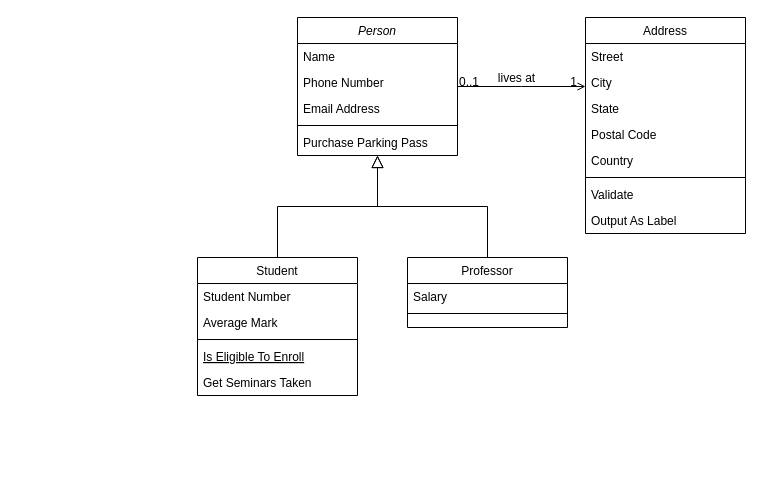
This is Untitled Diagram.drawio from H-hidetaka/Real_estate_manager, a draw.io file, before an edit. Source tidied: cells renumbered, new cells numbered last; positions are measured from the earlier drawing's top-left corner, leaving out a move shared by most shapes. Both pictures are drawn from the tidied source at 100%, with x=0, y=0 at pixel (197, 17).
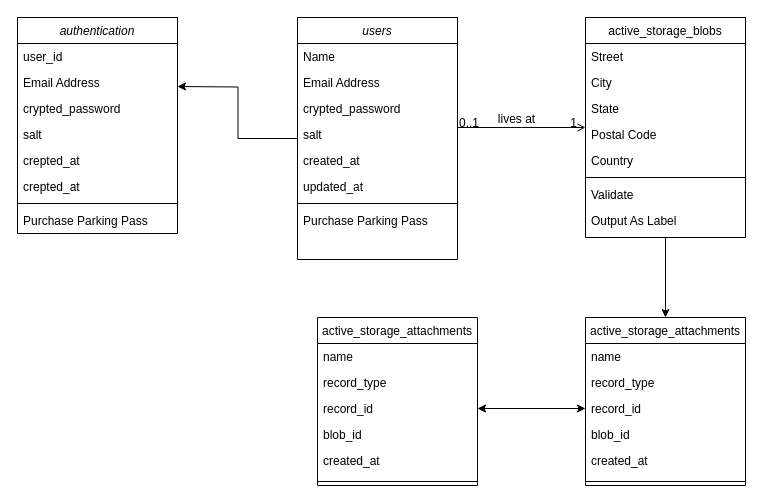
Above is the later version.

Commit message:
オリジナルアプリER図

Diff of the diagram source:
```diff
@@
+    <mxCell id="32" style="edgeStyle=orthogonalEdgeStyle;rounded=0;jettySize=auto;html=1;" parent="1" edge="1" source="2">
+      <mxGeometry relative="1" as="geometry">
+        <mxPoint x="-20" y="69" as="targetPoint" />
+      </mxGeometry>
+    </mxCell>
-    <mxCell id="2" value="Person" style="swimlane;fontStyle=2;align=center;verticalAlign=top;horizontal=1;startSize=26;rounded=0;shadow=0;strokeWidth=1;" parent="1" vertex="1">
-      <mxGeometry x="100" width="160" height="138" as="geometry" />
+    <mxCell id="2" value="users" style="swimlane;fontStyle=2;align=center;verticalAlign=top;horizontal=1;startSize=26;rounded=0;shadow=0;strokeWidth=1;" parent="1" vertex="1">
+      <mxGeometry x="100" width="160" height="242" as="geometry" />
     </mxCell>
@@
+    <mxCell id="33" value="Email Address" style="text;align=left;verticalAlign=top;spacingLeft=4;spacingRight=4;overflow=hidden;rounded=0;shadow=0;html=0;" parent="2" vertex="1">
+      <mxGeometry y="52" width="160" height="26" as="geometry" />
+    </mxCell>
+    <mxCell id="34" value="crypted_password" style="text;align=left;verticalAlign=top;spacingLeft=4;spacingRight=4;overflow=hidden;rounded=0;shadow=0;html=0;" parent="2" vertex="1">
+      <mxGeometry y="78" width="160" height="26" as="geometry" />
+    </mxCell>
-    <mxCell id="4" value="Phone Number" style="text;align=left;verticalAlign=top;spacingLeft=4;spacingRight=4;overflow=hidden;rounded=0;shadow=0;html=0;" parent="2" vertex="1">
-      <mxGeometry y="52" width="160" height="26" as="geometry" />
+    <mxCell id="4" value="salt" style="text;align=left;verticalAlign=top;spacingLeft=4;spacingRight=4;overflow=hidden;rounded=0;shadow=0;html=0;" parent="2" vertex="1">
+      <mxGeometry y="104" width="160" height="26" as="geometry" />
     </mxCell>
-    <mxCell id="5" value="Email Address" style="text;align=left;verticalAlign=top;spacingLeft=4;spacingRight=4;overflow=hidden;rounded=0;shadow=0;html=0;" parent="2" vertex="1">
-      <mxGeometry y="78" width="160" height="26" as="geometry" />
-    </mxCell>
+    <mxCell id="35" value="created_at" style="text;align=left;verticalAlign=top;spacingLeft=4;spacingRight=4;overflow=hidden;rounded=0;shadow=0;html=0;" parent="2" vertex="1">
+      <mxGeometry y="130" width="160" height="26" as="geometry" />
+    </mxCell>
+    <mxCell id="36" value="updated_at" style="text;align=left;verticalAlign=top;spacingLeft=4;spacingRight=4;overflow=hidden;rounded=0;shadow=0;html=0;" parent="2" vertex="1">
+      <mxGeometry y="156" width="160" height="26" as="geometry" />
+    </mxCell>
     <mxCell id="6" style="line;html=1;strokeWidth=1;align=left;verticalAlign=middle;spacingTop=-1;spacingLeft=3;spacingRight=3;labelPosition=right;" parent="2" vertex="1">
-      <mxGeometry y="104" width="160" height="8" as="geometry" />
+      <mxGeometry y="182" width="160" height="8" as="geometry" />
     </mxCell>
     <mxCell id="7" value="Purchase Parking Pass" style="text;align=left;verticalAlign=top;spacingLeft=4;spacingRight=4;overflow=hidden;" parent="2" vertex="1">
-      <mxGeometry y="112" width="160" height="26" as="geometry" />
+      <mxGeometry y="190" width="160" height="26" as="geometry" />
     </mxCell>
-    <mxCell id="8" value="Student" style="swimlane;fontStyle=0;align=center;verticalAlign=top;horizontal=1;startSize=26;rounded=0;shadow=0;strokeWidth=1;" parent="1" vertex="1">
-      <mxGeometry y="240" width="160" height="138" as="geometry" />
-    </mxCell>
-    <mxCell id="9" value="Student Number" style="text;align=left;verticalAlign=top;spacingLeft=4;spacingRight=4;overflow=hidden;" parent="8" vertex="1">
-      <mxGeometry y="26" width="160" height="26" as="geometry" />
-    </mxCell>
-    <mxCell id="10" value="Average Mark" style="text;align=left;verticalAlign=top;spacingLeft=4;spacingRight=4;overflow=hidden;rounded=0;shadow=0;html=0;" parent="8" vertex="1">
-      <mxGeometry y="52" width="160" height="26" as="geometry" />
-    </mxCell>
-    <mxCell id="11" style="line;html=1;strokeWidth=1;align=left;verticalAlign=middle;spacingTop=-1;spacingLeft=3;spacingRight=3;labelPosition=right;" parent="8" vertex="1">
-      <mxGeometry y="78" width="160" height="8" as="geometry" />
-    </mxCell>
-    <mxCell id="12" value="Is Eligible To Enroll" style="text;align=left;verticalAlign=top;spacingLeft=4;spacingRight=4;overflow=hidden;fontStyle=4;" parent="8" vertex="1">
-      <mxGeometry y="86" width="160" height="26" as="geometry" />
-    </mxCell>
-    <mxCell id="13" value="Get Seminars Taken" style="text;align=left;verticalAlign=top;spacingLeft=4;spacingRight=4;overflow=hidden;" parent="8" vertex="1">
-      <mxGeometry y="112" width="160" height="26" as="geometry" />
-    </mxCell>
-    <mxCell id="14" style="endArrow=block;endSize=10;endFill=0;shadow=0;strokeWidth=1;rounded=0;edgeStyle=elbowEdgeStyle;elbow=vertical;" parent="1" edge="1" source="8" target="2">
-      <mxGeometry relative="1" as="geometry" />
-    </mxCell>
-    <mxCell id="15" value="Professor" style="swimlane;fontStyle=0;align=center;verticalAlign=top;horizontal=1;startSize=26;rounded=0;shadow=0;strokeWidth=1;" parent="1" vertex="1">
-      <mxGeometry x="210" y="240" width="160" height="70" as="geometry" />
-    </mxCell>
-    <mxCell id="16" value="Salary" style="text;align=left;verticalAlign=top;spacingLeft=4;spacingRight=4;overflow=hidden;" parent="15" vertex="1">
-      <mxGeometry y="26" width="160" height="26" as="geometry" />
-    </mxCell>
-    <mxCell id="17" style="line;html=1;strokeWidth=1;align=left;verticalAlign=middle;spacingTop=-1;spacingLeft=3;spacingRight=3;labelPosition=right;" parent="15" vertex="1">
-      <mxGeometry y="52" width="160" height="8" as="geometry" />
-    </mxCell>
-    <mxCell id="18" style="endArrow=block;endSize=10;endFill=0;shadow=0;strokeWidth=1;rounded=0;edgeStyle=elbowEdgeStyle;elbow=vertical;" parent="1" edge="1" source="15" target="2">
-      <mxGeometry relative="1" as="geometry" />
-    </mxCell>
+    <mxCell id="37" style="edgeStyle=orthogonalEdgeStyle;rounded=0;jettySize=auto;html=1;" parent="1" edge="1" source="19" target="47">
+      <mxGeometry relative="1" as="geometry" />
+    </mxCell>
-    <mxCell id="19" value="Address" style="swimlane;fontStyle=0;align=center;verticalAlign=top;horizontal=1;startSize=26;rounded=0;shadow=0;strokeWidth=1;" parent="1" vertex="1">
-      <mxGeometry x="388" width="160" height="216" as="geometry" />
+    <mxCell id="19" value="active_storage_blobs" style="swimlane;fontStyle=0;align=center;verticalAlign=top;horizontal=1;startSize=26;rounded=0;shadow=0;strokeWidth=1;" parent="1" vertex="1">
+      <mxGeometry x="388" width="160" height="220" as="geometry" />
     </mxCell>
@@
+    <mxCell id="38" value="authentication" style="swimlane;fontStyle=2;align=center;verticalAlign=top;horizontal=1;startSize=26;rounded=0;shadow=0;strokeWidth=1;" parent="1" vertex="1">
+      <mxGeometry x="-180" width="160" height="216" as="geometry" />
+    </mxCell>
+    <mxCell id="39" value="user_id&#10;" style="text;align=left;verticalAlign=top;spacingLeft=4;spacingRight=4;overflow=hidden;" parent="38" vertex="1">
+      <mxGeometry y="26" width="160" height="26" as="geometry" />
+    </mxCell>
+    <mxCell id="40" value="Email Address" style="text;align=left;verticalAlign=top;spacingLeft=4;spacingRight=4;overflow=hidden;rounded=0;shadow=0;html=0;" parent="38" vertex="1">
+      <mxGeometry y="52" width="160" height="26" as="geometry" />
+    </mxCell>
+    <mxCell id="41" value="crypted_password" style="text;align=left;verticalAlign=top;spacingLeft=4;spacingRight=4;overflow=hidden;rounded=0;shadow=0;html=0;" parent="38" vertex="1">
+      <mxGeometry y="78" width="160" height="26" as="geometry" />
+    </mxCell>
+    <mxCell id="42" value="salt" style="text;align=left;verticalAlign=top;spacingLeft=4;spacingRight=4;overflow=hidden;rounded=0;shadow=0;html=0;" parent="38" vertex="1">
+      <mxGeometry y="104" width="160" height="26" as="geometry" />
+    </mxCell>
+    <mxCell id="43" value="crepted_at" style="text;align=left;verticalAlign=top;spacingLeft=4;spacingRight=4;overflow=hidden;rounded=0;shadow=0;html=0;" parent="38" vertex="1">
+      <mxGeometry y="130" width="160" height="26" as="geometry" />
+    </mxCell>
+    <mxCell id="44" value="crepted_at" style="text;align=left;verticalAlign=top;spacingLeft=4;spacingRight=4;overflow=hidden;rounded=0;shadow=0;html=0;" parent="38" vertex="1">
+      <mxGeometry y="156" width="160" height="26" as="geometry" />
+    </mxCell>
+    <mxCell id="45" style="line;html=1;strokeWidth=1;align=left;verticalAlign=middle;spacingTop=-1;spacingLeft=3;spacingRight=3;labelPosition=right;" parent="38" vertex="1">
+      <mxGeometry y="182" width="160" height="8" as="geometry" />
+    </mxCell>
+    <mxCell id="46" value="Purchase Parking Pass" style="text;align=left;verticalAlign=top;spacingLeft=4;spacingRight=4;overflow=hidden;" parent="38" vertex="1">
+      <mxGeometry y="190" width="160" height="26" as="geometry" />
+    </mxCell>
+    <mxCell id="47" value="active_storage_attachments" style="swimlane;fontStyle=0;align=center;verticalAlign=top;horizontal=1;startSize=26;rounded=0;shadow=0;strokeWidth=1;" parent="1" vertex="1">
+      <mxGeometry x="388" y="300" width="160" height="168" as="geometry" />
+    </mxCell>
+    <mxCell id="48" value="name" style="text;align=left;verticalAlign=top;spacingLeft=4;spacingRight=4;overflow=hidden;" parent="47" vertex="1">
+      <mxGeometry y="26" width="160" height="26" as="geometry" />
+    </mxCell>
+    <mxCell id="49" value="record_type" style="text;align=left;verticalAlign=top;spacingLeft=4;spacingRight=4;overflow=hidden;rounded=0;shadow=0;html=0;" parent="47" vertex="1">
+      <mxGeometry y="52" width="160" height="26" as="geometry" />
+    </mxCell>
+    <mxCell id="50" value="record_id" style="text;align=left;verticalAlign=top;spacingLeft=4;spacingRight=4;overflow=hidden;points=[[0,0.5],[1,0.5]];portConstraint=eastwest;rounded=0;shadow=0;html=0;" parent="47" vertex="1">
+      <mxGeometry y="78" width="160" height="26" as="geometry" />
+    </mxCell>
+    <mxCell id="51" value="blob_id" style="text;align=left;verticalAlign=top;spacingLeft=4;spacingRight=4;overflow=hidden;rounded=0;shadow=0;html=0;" parent="47" vertex="1">
+      <mxGeometry y="104" width="160" height="26" as="geometry" />
+    </mxCell>
+    <mxCell id="52" value="created_at" style="text;align=left;verticalAlign=top;spacingLeft=4;spacingRight=4;overflow=hidden;rounded=0;shadow=0;html=0;" parent="47" vertex="1">
+      <mxGeometry y="130" width="160" height="30" as="geometry" />
+    </mxCell>
+    <mxCell id="53" style="line;html=1;strokeWidth=1;align=left;verticalAlign=middle;spacingTop=-1;spacingLeft=3;spacingRight=3;labelPosition=right;" parent="47" vertex="1">
+      <mxGeometry y="160" width="160" height="8" as="geometry" />
+    </mxCell>
+    <mxCell id="54" style="endArrow=classic;startArrow=classic;html=1;entryX=0;entryY=0.5;entryDx=0;entryDy=0;" parent="1" edge="1" target="50">
+      <mxGeometry relative="1" as="geometry">
+        <mxPoint x="280" y="391" as="sourcePoint" />
+      </mxGeometry>
+    </mxCell>
+    <mxCell id="55" value="active_storage_attachments" style="swimlane;fontStyle=0;align=center;verticalAlign=top;horizontal=1;startSize=26;rounded=0;shadow=0;strokeWidth=1;" parent="1" vertex="1">
+      <mxGeometry x="120" y="300" width="160" height="168" as="geometry" />
+    </mxCell>
+    <mxCell id="56" value="name" style="text;align=left;verticalAlign=top;spacingLeft=4;spacingRight=4;overflow=hidden;" parent="55" vertex="1">
+      <mxGeometry y="26" width="160" height="26" as="geometry" />
+    </mxCell>
+    <mxCell id="57" value="record_type" style="text;align=left;verticalAlign=top;spacingLeft=4;spacingRight=4;overflow=hidden;rounded=0;shadow=0;html=0;" parent="55" vertex="1">
+      <mxGeometry y="52" width="160" height="26" as="geometry" />
+    </mxCell>
+    <mxCell id="58" value="record_id" style="text;align=left;verticalAlign=top;spacingLeft=4;spacingRight=4;overflow=hidden;rounded=0;shadow=0;html=0;" parent="55" vertex="1">
+      <mxGeometry y="78" width="160" height="26" as="geometry" />
+    </mxCell>
+    <mxCell id="59" value="blob_id" style="text;align=left;verticalAlign=top;spacingLeft=4;spacingRight=4;overflow=hidden;rounded=0;shadow=0;html=0;" parent="55" vertex="1">
+      <mxGeometry y="104" width="160" height="26" as="geometry" />
+    </mxCell>
+    <mxCell id="60" value="created_at" style="text;align=left;verticalAlign=top;spacingLeft=4;spacingRight=4;overflow=hidden;rounded=0;shadow=0;html=0;" parent="55" vertex="1">
+      <mxGeometry y="130" width="160" height="30" as="geometry" />
+    </mxCell>
+    <mxCell id="61" style="line;html=1;strokeWidth=1;align=left;verticalAlign=middle;spacingTop=-1;spacingLeft=3;spacingRight=3;labelPosition=right;" parent="55" vertex="1">
+      <mxGeometry y="160" width="160" height="8" as="geometry" />
+    </mxCell>
```
